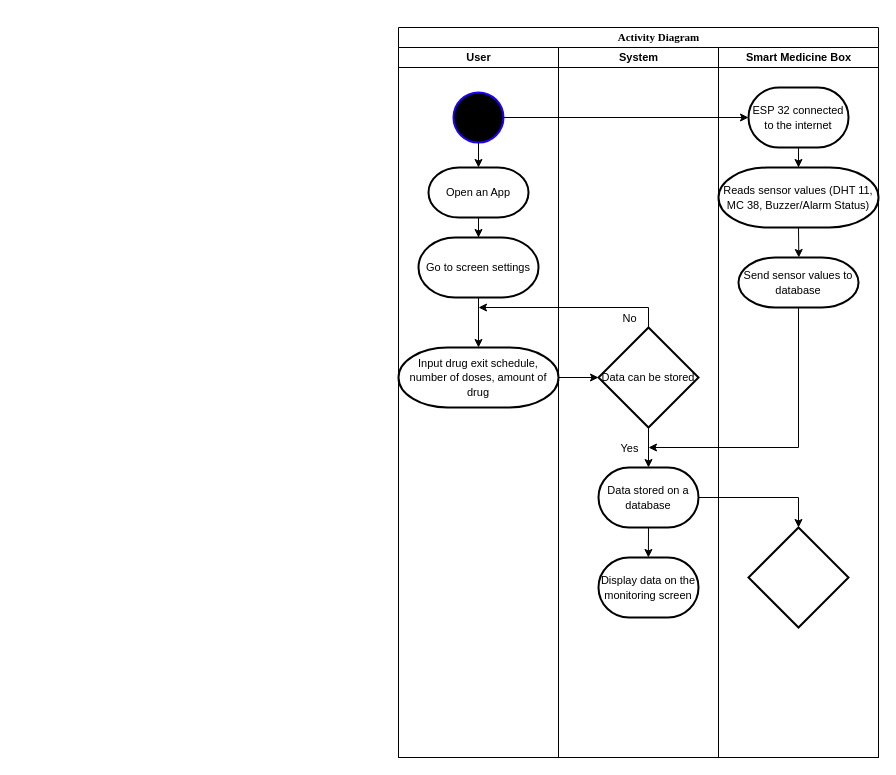
Earlier version of the draw.io diagram Untitled Diagram.drawio (RaihanNh/SISMIK-2023). Source tidied: cells renumbered, new cells numbered last; positions are measured from the earlier drawing's top-left corner, leaving out a move shared by most shapes. Both pictures are drawn from the tidied source at 100%, with x=0, y=0 at pixel (398, 27).
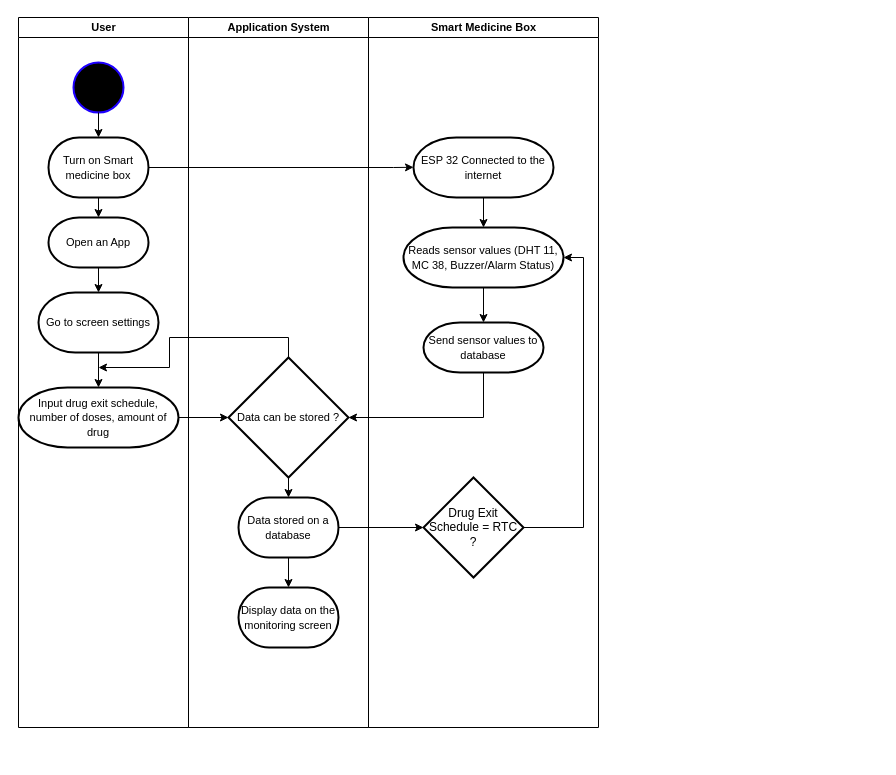
The same diagram, later.

The change refers to these unchanged cells:
```xml
<mxCell id="4" style="ellipse;whiteSpace=wrap;html=1;fillColor=#000000;strokeColor=#1e00ff;strokeWidth=2;" parent="3" vertex="1">
  <mxGeometry x="55" y="45" width="50" height="50" as="geometry" />
</mxCell>
```

What changed in the source:
```diff
@@
-    <mxCell id="2" value="&lt;blockquote style=&quot;margin: 0 0 0 40px; border: none; padding: 0px;&quot;&gt;&lt;font style=&quot;font-size: 11px;&quot; face=&quot;times&quot;&gt;Activity Diagram&lt;/font&gt;&lt;/blockquote&gt;" style="swimlane;html=1;startSize=20;rounded=0;shadow=0;labelBackgroundColor=none;strokeWidth=1;fontFamily=Verdana;fontSize=8;align=center;" parent="1" vertex="1">
-      <mxGeometry width="480" height="730" as="geometry" />
-    </mxCell>
-    <mxCell id="3" value="&lt;font style=&quot;font-size: 11px;&quot;&gt;User&lt;/font&gt;" style="swimlane;html=1;startSize=20;" parent="2" vertex="1">
-      <mxGeometry y="20" width="160" height="710" as="geometry" />
+    <mxCell id="3" value="&lt;font style=&quot;font-size: 11px;&quot;&gt;User&lt;/font&gt;" style="swimlane;html=1;startSize=20;align=center;" parent="1" vertex="1">
+      <mxGeometry x="-380" y="-10" width="170" height="710" as="geometry" />
     </mxCell>
@@
-    <mxCell id="5" style="edgeStyle=orthogonalEdgeStyle;rounded=0;jettySize=auto;html=1;exitX=0.5;exitY=1;exitDx=0;exitDy=0;" parent="3" edge="1" source="4">
-      <mxGeometry relative="1" as="geometry">
-        <mxPoint x="80" y="120" as="targetPoint" />
-      </mxGeometry>
-    </mxCell>
+    <mxCell id="11" value="&lt;font style=&quot;font-size: 11px;&quot;&gt;Application System&lt;/font&gt;" style="swimlane;html=1;startSize=20;" parent="3" vertex="1">
+      <mxGeometry x="170" width="180" height="710" as="geometry" />
+    </mxCell>
+    <mxCell id="31" style="edgeStyle=orthogonalEdgeStyle;rounded=0;jettySize=auto;html=1;exitX=0.5;exitY=0;exitDx=0;exitDy=0;exitPerimeter=0;" parent="11" edge="1" source="13">
+      <mxGeometry relative="1" as="geometry">
+        <mxPoint x="-90" y="350" as="targetPoint" />
+        <Array as="points">
+          <mxPoint x="100" y="320" />
+          <mxPoint x="-19" y="320" />
+          <mxPoint x="-19" y="350" />
+        </Array>
+      </mxGeometry>
+    </mxCell>
+    <mxCell id="13" value="&lt;font style=&quot;font-size: 11px;&quot;&gt;Data can be stored ?&lt;/font&gt;" style="strokeWidth=2;html=1;shape=mxgraph.flowchart.decision;whiteSpace=wrap;" parent="11" vertex="1">
+      <mxGeometry x="40" y="340" width="120" height="120" as="geometry" />
+    </mxCell>
+    <mxCell id="15" value="&lt;font style=&quot;font-size: 11px;&quot;&gt;Data stored on a database&lt;/font&gt;" style="strokeWidth=2;html=1;shape=mxgraph.flowchart.terminator;whiteSpace=wrap;" parent="11" vertex="1">
+      <mxGeometry x="50" y="480" width="100" height="60" as="geometry" />
+    </mxCell>
+    <mxCell id="19" value="&lt;font style=&quot;font-size: 11px;&quot;&gt;Display data on the monitoring screen&lt;/font&gt;" style="strokeWidth=2;html=1;shape=mxgraph.flowchart.terminator;whiteSpace=wrap;" parent="11" vertex="1">
+      <mxGeometry x="50" y="570" width="100" height="60" as="geometry" />
+    </mxCell>
+    <mxCell id="16" style="edgeStyle=orthogonalEdgeStyle;rounded=0;jettySize=auto;html=1;exitX=0.5;exitY=1;exitDx=0;exitDy=0;exitPerimeter=0;entryX=0.5;entryY=0;entryDx=0;entryDy=0;entryPerimeter=0;" parent="11" edge="1" source="13" target="15">
+      <mxGeometry relative="1" as="geometry" />
+    </mxCell>
+    <mxCell id="32" style="edgeStyle=orthogonalEdgeStyle;rounded=0;jettySize=auto;html=1;exitX=0.5;exitY=1;exitDx=0;exitDy=0;exitPerimeter=0;entryX=0.5;entryY=0;entryDx=0;entryDy=0;entryPerimeter=0;" parent="11" edge="1" source="15" target="19">
+      <mxGeometry relative="1" as="geometry" />
+    </mxCell>
+    <mxCell id="23" value="&lt;font style=&quot;font-size: 11px;&quot;&gt;Smart Medicine Box&lt;/font&gt;" style="swimlane;html=1;startSize=20;" parent="3" vertex="1">
+      <mxGeometry x="350" width="230" height="710" as="geometry" />
+    </mxCell>
+    <mxCell id="29" value="Drug Exit Schedule = RTC ?" style="strokeWidth=2;html=1;shape=mxgraph.flowchart.decision;whiteSpace=wrap;" parent="23" vertex="1">
+      <mxGeometry x="55" y="460" width="100" height="100" as="geometry" />
+    </mxCell>
+    <mxCell id="28" value="&lt;font style=&quot;font-size: 11px;&quot;&gt;Send sensor values to database&lt;/font&gt;" style="strokeWidth=2;html=1;shape=mxgraph.flowchart.terminator;whiteSpace=wrap;" parent="23" vertex="1">
+      <mxGeometry x="55" y="305" width="120" height="50" as="geometry" />
+    </mxCell>
+    <mxCell id="26" value="&lt;font style=&quot;font-size: 11px;&quot;&gt;Reads sensor values (DHT 11, MC 38, Buzzer/Alarm Status)&lt;/font&gt;" style="strokeWidth=2;html=1;shape=mxgraph.flowchart.terminator;whiteSpace=wrap;" parent="23" vertex="1">
+      <mxGeometry x="35" y="210" width="160" height="60" as="geometry" />
+    </mxCell>
+    <mxCell id="33" value="&lt;font style=&quot;font-size: 11px;&quot;&gt;ESP 32 Connected to the internet&lt;/font&gt;" style="strokeWidth=2;html=1;shape=mxgraph.flowchart.terminator;whiteSpace=wrap;" parent="23" vertex="1">
+      <mxGeometry x="45" y="120" width="140" height="60" as="geometry" />
+    </mxCell>
+    <mxCell id="34" style="edgeStyle=orthogonalEdgeStyle;rounded=0;jettySize=auto;html=1;exitX=1;exitY=0.5;exitDx=0;exitDy=0;exitPerimeter=0;" parent="23" edge="1" source="24">
+      <mxGeometry relative="1" as="geometry">
+        <mxPoint x="45" y="149.8" as="targetPoint" />
+        <Array as="points">
+          <mxPoint x="25" y="150" />
+        </Array>
+      </mxGeometry>
+    </mxCell>
+    <mxCell id="35" style="edgeStyle=orthogonalEdgeStyle;rounded=0;jettySize=auto;html=1;exitX=0.5;exitY=1;exitDx=0;exitDy=0;exitPerimeter=0;entryX=0.5;entryY=0;entryDx=0;entryDy=0;entryPerimeter=0;" parent="23" edge="1" source="33" target="26">
+      <mxGeometry relative="1" as="geometry" />
+    </mxCell>
+    <mxCell id="36" style="edgeStyle=orthogonalEdgeStyle;rounded=0;jettySize=auto;html=1;exitX=0.5;exitY=1;exitDx=0;exitDy=0;exitPerimeter=0;entryX=0.5;entryY=0;entryDx=0;entryDy=0;entryPerimeter=0;" parent="23" edge="1" source="26" target="28">
+      <mxGeometry relative="1" as="geometry" />
+    </mxCell>
+    <mxCell id="37" style="edgeStyle=orthogonalEdgeStyle;rounded=0;jettySize=auto;html=1;exitX=1;exitY=0.5;exitDx=0;exitDy=0;exitPerimeter=0;entryX=1;entryY=0.5;entryDx=0;entryDy=0;entryPerimeter=0;" parent="23" edge="1" source="29" target="26">
+      <mxGeometry relative="1" as="geometry" />
+    </mxCell>
     <mxCell id="6" value="&lt;font style=&quot;font-size: 11px;&quot;&gt;Go to screen settings&lt;/font&gt;" style="strokeWidth=2;html=1;shape=mxgraph.flowchart.terminator;whiteSpace=wrap;" parent="3" vertex="1">
-      <mxGeometry x="20" y="190" width="120" height="60" as="geometry" />
+      <mxGeometry x="20" y="275" width="120" height="60" as="geometry" />
     </mxCell>
     <mxCell id="7" value="&lt;font style=&quot;font-size: 11px;&quot;&gt;Input drug exit schedule, number of doses, amount of drug&lt;/font&gt;" style="strokeWidth=2;html=1;shape=mxgraph.flowchart.terminator;whiteSpace=wrap;" parent="3" vertex="1">
-      <mxGeometry y="300" width="160" height="60" as="geometry" />
+      <mxGeometry y="370" width="160" height="60" as="geometry" />
     </mxCell>
@@
-    <mxCell id="9" style="edgeStyle=orthogonalEdgeStyle;rounded=0;jettySize=auto;html=1;exitX=0.5;exitY=0;exitDx=0;exitDy=0;exitPerimeter=0;" parent="3" edge="1" source="13">
-      <mxGeometry relative="1" as="geometry">
-        <mxPoint x="80" y="260" as="targetPoint" />
-        <Array as="points">
-          <mxPoint x="250" y="260" />
-        </Array>
-      </mxGeometry>
-    </mxCell>
-    <mxCell id="10" value="No" style="edgeLabel;html=1;align=center;verticalAlign=middle;rotation=0;" parent="9" vertex="1">
-      <mxGeometry x="-0.78" y="1" relative="1" as="geometry">
-        <mxPoint x="-19" y="9" as="offset" />
-      </mxGeometry>
-    </mxCell>
-    <mxCell id="11" value="&lt;font style=&quot;font-size: 11px;&quot;&gt;System&lt;/font&gt;" style="swimlane;html=1;startSize=20;" parent="2" vertex="1">
-      <mxGeometry x="160" y="20" width="160" height="710" as="geometry" />
-    </mxCell>
-    <mxCell id="12" value="&lt;font style=&quot;font-size: 11px;&quot;&gt;Open an App&lt;/font&gt;" style="strokeWidth=2;html=1;shape=mxgraph.flowchart.terminator;whiteSpace=wrap;" parent="11" vertex="1">
-      <mxGeometry x="-130" y="120" width="100" height="50" as="geometry" />
+    <mxCell id="12" value="&lt;font style=&quot;font-size: 11px;&quot;&gt;Open an App&lt;/font&gt;" style="strokeWidth=2;html=1;shape=mxgraph.flowchart.terminator;whiteSpace=wrap;" parent="3" vertex="1">
+      <mxGeometry x="30" y="200" width="100" height="50" as="geometry" />
     </mxCell>
-    <mxCell id="13" value="&lt;font style=&quot;font-size: 11px;&quot;&gt;Data can be stored&lt;/font&gt;" style="strokeWidth=2;html=1;shape=mxgraph.flowchart.decision;whiteSpace=wrap;" parent="11" vertex="1">
-      <mxGeometry x="40" y="280" width="100" height="100" as="geometry" />
-    </mxCell>
-    <mxCell id="14" style="edgeStyle=orthogonalEdgeStyle;rounded=0;jettySize=auto;html=1;exitX=0.5;exitY=1;exitDx=0;exitDy=0;exitPerimeter=0;" parent="11" edge="1" source="15">
-      <mxGeometry relative="1" as="geometry">
-        <mxPoint x="89.9" y="510" as="targetPoint" />
-      </mxGeometry>
-    </mxCell>
-    <mxCell id="15" value="&lt;font style=&quot;font-size: 11px;&quot;&gt;Data stored on a database&lt;/font&gt;" style="strokeWidth=2;html=1;shape=mxgraph.flowchart.terminator;whiteSpace=wrap;" parent="11" vertex="1">
-      <mxGeometry x="40" y="420" width="100" height="60" as="geometry" />
-    </mxCell>
-    <mxCell id="16" style="edgeStyle=orthogonalEdgeStyle;rounded=0;jettySize=auto;html=1;exitX=0.5;exitY=1;exitDx=0;exitDy=0;exitPerimeter=0;" parent="11" edge="1" source="13" target="15">
-      <mxGeometry relative="1" as="geometry" />
-    </mxCell>
-    <mxCell id="17" value="Yes" style="edgeLabel;html=1;align=center;verticalAlign=middle;" parent="16" vertex="1">
-      <mxGeometry x="0.15" relative="1" as="geometry">
-        <mxPoint x="-20" y="-3" as="offset" />
-      </mxGeometry>
-    </mxCell>
-    <mxCell id="18" style="edgeStyle=orthogonalEdgeStyle;rounded=0;jettySize=auto;html=1;entryX=1;entryY=0.5;entryDx=0;entryDy=0;entryPerimeter=0;exitX=0.5;exitY=1;exitDx=0;exitDy=0;exitPerimeter=0;" parent="11" edge="1" source="28">
-      <mxGeometry relative="1" as="geometry">
-        <mxPoint x="90" y="400" as="targetPoint" />
-        <Array as="points">
-          <mxPoint x="240" y="400" />
-        </Array>
-      </mxGeometry>
-    </mxCell>
-    <mxCell id="19" value="&lt;font style=&quot;font-size: 11px;&quot;&gt;Display data on the monitoring screen&lt;/font&gt;" style="strokeWidth=2;html=1;shape=mxgraph.flowchart.terminator;whiteSpace=wrap;" parent="11" vertex="1">
-      <mxGeometry x="40" y="510" width="100" height="60" as="geometry" />
-    </mxCell>
-    <mxCell id="20" style="edgeStyle=orthogonalEdgeStyle;rounded=0;jettySize=auto;html=1;exitX=0.5;exitY=1;exitDx=0;exitDy=0;exitPerimeter=0;" parent="2" edge="1" source="12" target="6">
+    <mxCell id="20" style="edgeStyle=orthogonalEdgeStyle;rounded=0;jettySize=auto;html=1;exitX=0.5;exitY=1;exitDx=0;exitDy=0;exitPerimeter=0;" parent="3" edge="1" source="12" target="6">
       <mxGeometry relative="1" as="geometry" />
     </mxCell>
+    <mxCell id="24" value="&lt;font style=&quot;font-size: 11px;&quot;&gt;Turn on Smart medicine box&lt;/font&gt;" style="strokeWidth=2;html=1;shape=mxgraph.flowchart.terminator;whiteSpace=wrap;" parent="3" vertex="1">
+      <mxGeometry x="30" y="120" width="100" height="60" as="geometry" />
+    </mxCell>
+    <mxCell id="22" style="edgeStyle=orthogonalEdgeStyle;rounded=0;jettySize=auto;html=1;exitX=0.5;exitY=1;exitDx=0;exitDy=0;entryX=0.5;entryY=0;entryDx=0;entryDy=0;entryPerimeter=0;" parent="3" edge="1" source="4" target="24">
+      <mxGeometry relative="1" as="geometry" />
+    </mxCell>
+    <mxCell id="38" style="edgeStyle=orthogonalEdgeStyle;rounded=0;jettySize=auto;html=1;exitX=0.5;exitY=1;exitDx=0;exitDy=0;exitPerimeter=0;entryX=0.5;entryY=0;entryDx=0;entryDy=0;entryPerimeter=0;" parent="3" edge="1" source="24" target="12">
+      <mxGeometry relative="1" as="geometry" />
+    </mxCell>
-    <mxCell id="21" style="edgeStyle=orthogonalEdgeStyle;rounded=0;jettySize=auto;html=1;exitX=1;exitY=0.5;exitDx=0;exitDy=0;exitPerimeter=0;" parent="2" edge="1" source="7" target="13">
+    <mxCell id="21" style="edgeStyle=orthogonalEdgeStyle;rounded=0;jettySize=auto;html=1;exitX=1;exitY=0.5;exitDx=0;exitDy=0;exitPerimeter=0;entryX=0;entryY=0.5;entryDx=0;entryDy=0;entryPerimeter=0;" parent="3" edge="1" source="7" target="13">
       <mxGeometry relative="1" as="geometry" />
     </mxCell>
-    <mxCell id="22" style="edgeStyle=orthogonalEdgeStyle;rounded=0;jettySize=auto;html=1;exitX=1;exitY=0.5;exitDx=0;exitDy=0;entryX=0;entryY=0.5;entryDx=0;entryDy=0;entryPerimeter=0;" parent="2" edge="1" source="4" target="24">
-      <mxGeometry relative="1" as="geometry" />
-    </mxCell>
-    <mxCell id="23" value="&lt;font style=&quot;font-size: 11px;&quot;&gt;Smart Medicine Box&lt;/font&gt;" style="swimlane;html=1;startSize=20;" parent="2" vertex="1">
-      <mxGeometry x="320" y="20" width="160" height="710" as="geometry" />
-    </mxCell>
-    <mxCell id="24" value="&lt;font style=&quot;font-size: 11px;&quot;&gt;ESP 32 connected to the internet&lt;/font&gt;" style="strokeWidth=2;html=1;shape=mxgraph.flowchart.terminator;whiteSpace=wrap;" parent="23" vertex="1">
-      <mxGeometry x="30" y="40" width="100" height="60" as="geometry" />
-    </mxCell>
-    <mxCell id="25" style="edgeStyle=orthogonalEdgeStyle;rounded=0;jettySize=auto;html=1;exitX=0.5;exitY=1;exitDx=0;exitDy=0;exitPerimeter=0;" parent="23" edge="1" source="26">
-      <mxGeometry relative="1" as="geometry">
-        <mxPoint x="80.3" y="210" as="targetPoint" />
-      </mxGeometry>
-    </mxCell>
-    <mxCell id="26" value="&lt;font style=&quot;font-size: 11px;&quot;&gt;Reads sensor values (DHT 11, MC 38, Buzzer/Alarm Status)&lt;/font&gt;" style="strokeWidth=2;html=1;shape=mxgraph.flowchart.terminator;whiteSpace=wrap;" parent="23" vertex="1">
-      <mxGeometry y="120" width="160" height="60" as="geometry" />
-    </mxCell>
-    <mxCell id="27" style="edgeStyle=orthogonalEdgeStyle;rounded=0;jettySize=auto;html=1;exitX=0.5;exitY=1;exitDx=0;exitDy=0;exitPerimeter=0;" parent="23" edge="1" source="24" target="26">
-      <mxGeometry relative="1" as="geometry" />
-    </mxCell>
-    <mxCell id="28" value="&lt;font style=&quot;font-size: 11px;&quot;&gt;Send sensor values to database&lt;/font&gt;" style="strokeWidth=2;html=1;shape=mxgraph.flowchart.terminator;whiteSpace=wrap;" parent="23" vertex="1">
-      <mxGeometry x="20" y="210" width="120" height="50" as="geometry" />
-    </mxCell>
-    <mxCell id="29" style="strokeWidth=2;html=1;shape=mxgraph.flowchart.decision;whiteSpace=wrap;" parent="23" vertex="1">
-      <mxGeometry x="30" y="480" width="100" height="100" as="geometry" />
-    </mxCell>
+    <mxCell id="39" style="edgeStyle=orthogonalEdgeStyle;rounded=0;jettySize=auto;html=1;exitX=0.5;exitY=1;exitDx=0;exitDy=0;exitPerimeter=0;entryX=1;entryY=0.5;entryDx=0;entryDy=0;entryPerimeter=0;" parent="3" edge="1" source="28" target="13">
+      <mxGeometry relative="1" as="geometry" />
+    </mxCell>
-    <mxCell id="30" style="edgeStyle=orthogonalEdgeStyle;rounded=0;jettySize=auto;html=1;exitX=1;exitY=0.5;exitDx=0;exitDy=0;exitPerimeter=0;entryX=0.5;entryY=0;entryDx=0;entryDy=0;entryPerimeter=0;" parent="23" edge="1" source="15" target="29">
+    <mxCell id="30" style="edgeStyle=orthogonalEdgeStyle;rounded=0;jettySize=auto;html=1;exitX=1;exitY=0.5;exitDx=0;exitDy=0;exitPerimeter=0;entryX=0;entryY=0.5;entryDx=0;entryDy=0;entryPerimeter=0;" parent="3" edge="1" source="15" target="29">
       <mxGeometry relative="1" as="geometry" />
     </mxCell>
```
